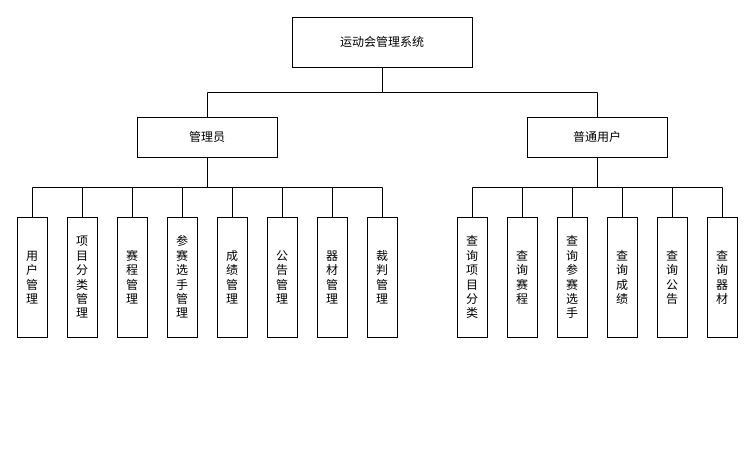
narciso0504/jiangshijia keeps this draw.io diagram as Untitled Diagram.drawio. Above is the earlier version. Source tidied: cells renumbered, new cells numbered last; positions are measured from the earlier drawing's top-left corner, leaving out a move shared by most shapes. Both pictures are drawn from the tidied source at 100%, with x=0, y=0 at pixel (17, 17).
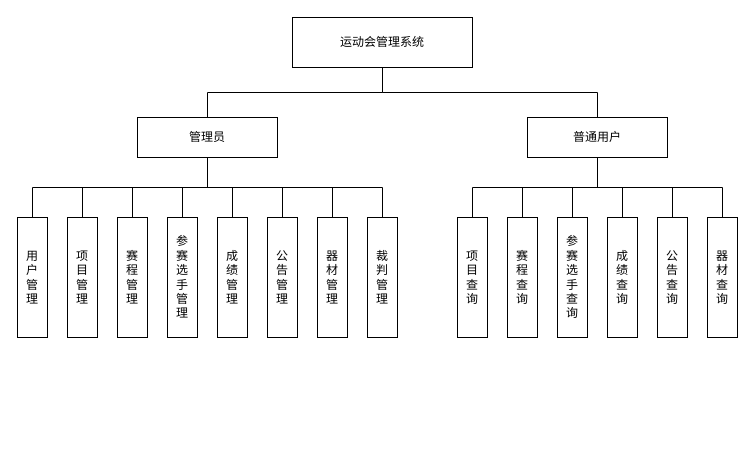
Above is the later version.

Diff of the diagram source:
```diff
@@
-    <mxCell id="22" value="&lt;div&gt;项&lt;/div&gt;&lt;div&gt;目&lt;/div&gt;&lt;div&gt;分&lt;/div&gt;&lt;div&gt;类&lt;/div&gt;&lt;div&gt;管&lt;/div&gt;&lt;div&gt;理&lt;/div&gt;" style="rounded=0;whiteSpace=wrap;html=1;shadow=0;glass=0;sketch=0;gradientColor=none;align=center;direction=south;" parent="1" vertex="1">
+    <mxCell id="22" value="&lt;div&gt;项&lt;/div&gt;&lt;div&gt;目&lt;/div&gt;&lt;div&gt;管&lt;/div&gt;&lt;div&gt;理&lt;/div&gt;" style="rounded=0;whiteSpace=wrap;html=1;shadow=0;glass=0;sketch=0;gradientColor=none;align=center;direction=south;" parent="1" vertex="1">
       <mxGeometry x="50" y="200" width="30" height="120" as="geometry" />
     </mxCell>
@@
-    <mxCell id="29" value="&lt;div&gt;查&lt;/div&gt;&lt;div&gt;询&lt;br&gt;&lt;/div&gt;&lt;div&gt;项&lt;/div&gt;&lt;div&gt;目&lt;/div&gt;&lt;div&gt;分&lt;/div&gt;&lt;div&gt;类&lt;br&gt;&lt;/div&gt;" style="whiteSpace=wrap;html=1;rounded=0;shadow=0;glass=0;sketch=0;gradientColor=none;align=center;direction=south;" parent="1" vertex="1">
+    <mxCell id="29" value="&lt;div&gt;项&lt;/div&gt;&lt;div&gt;目&lt;/div&gt;&lt;div&gt;查&lt;/div&gt;&lt;div&gt;询&lt;/div&gt;" style="whiteSpace=wrap;html=1;rounded=0;shadow=0;glass=0;sketch=0;gradientColor=none;align=center;direction=south;" parent="1" vertex="1">
       <mxGeometry x="440" y="200" width="30" height="120" as="geometry" />
     </mxCell>
-    <mxCell id="30" value="&lt;div&gt;查&lt;/div&gt;&lt;div&gt;询&lt;br&gt;&lt;/div&gt;&lt;div&gt;赛&lt;/div&gt;&lt;div&gt;程&lt;br&gt;&lt;/div&gt;" style="whiteSpace=wrap;html=1;rounded=0;shadow=0;glass=0;sketch=0;gradientColor=none;align=center;direction=south;" parent="1" vertex="1">
+    <mxCell id="30" value="&lt;div&gt;赛&lt;/div&gt;&lt;div&gt;程&lt;/div&gt;&lt;div&gt;查&lt;/div&gt;&lt;div&gt;询&lt;br&gt;&lt;/div&gt;" style="whiteSpace=wrap;html=1;rounded=0;shadow=0;glass=0;sketch=0;gradientColor=none;align=center;direction=south;" parent="1" vertex="1">
       <mxGeometry x="490" y="200" width="30" height="120" as="geometry" />
     </mxCell>
-    <mxCell id="31" value="&lt;div&gt;查&lt;/div&gt;&lt;div&gt;询&lt;/div&gt;&lt;div&gt;成&lt;/div&gt;&lt;div&gt;绩&lt;/div&gt;" style="whiteSpace=wrap;html=1;rounded=0;shadow=0;glass=0;sketch=0;gradientColor=none;align=center;direction=south;" parent="1" vertex="1">
+    <mxCell id="31" value="&lt;div&gt;成&lt;/div&gt;&lt;div&gt;绩&lt;/div&gt;&lt;div&gt;查&lt;/div&gt;&lt;div&gt;询&lt;/div&gt;" style="whiteSpace=wrap;html=1;rounded=0;shadow=0;glass=0;sketch=0;gradientColor=none;align=center;direction=south;" parent="1" vertex="1">
       <mxGeometry x="590" y="200" width="30" height="120" as="geometry" />
     </mxCell>
-    <mxCell id="32" value="&lt;div&gt;查&lt;/div&gt;&lt;div&gt;询&lt;br&gt;&lt;/div&gt;&lt;div&gt;参&lt;/div&gt;&lt;div&gt;赛&lt;/div&gt;&lt;div&gt;选&lt;/div&gt;&lt;div&gt;手&lt;br&gt;&lt;/div&gt;" style="whiteSpace=wrap;html=1;rounded=0;shadow=0;glass=0;sketch=0;gradientColor=none;align=center;direction=south;" parent="1" vertex="1">
+    <mxCell id="32" value="&lt;div&gt;参&lt;/div&gt;&lt;div&gt;赛&lt;/div&gt;&lt;div&gt;选&lt;/div&gt;&lt;div&gt;手&lt;/div&gt;&lt;div&gt;查&lt;/div&gt;&lt;div&gt;询&lt;/div&gt;" style="whiteSpace=wrap;html=1;rounded=0;shadow=0;glass=0;sketch=0;gradientColor=none;align=center;direction=south;" parent="1" vertex="1">
       <mxGeometry x="540" y="200" width="30" height="120" as="geometry" />
     </mxCell>
-    <mxCell id="33" value="&lt;div&gt;查&lt;/div&gt;&lt;div&gt;询&lt;/div&gt;&lt;div&gt;公&lt;/div&gt;&lt;div&gt;告&lt;/div&gt;" style="whiteSpace=wrap;html=1;rounded=0;shadow=0;glass=0;sketch=0;gradientColor=none;align=center;direction=south;" parent="1" vertex="1">
+    <mxCell id="33" value="&lt;div&gt;公&lt;/div&gt;&lt;div&gt;告&lt;/div&gt;&lt;div&gt;查&lt;/div&gt;&lt;div&gt;询&lt;/div&gt;" style="whiteSpace=wrap;html=1;rounded=0;shadow=0;glass=0;sketch=0;gradientColor=none;align=center;direction=south;" parent="1" vertex="1">
       <mxGeometry x="640" y="200" width="30" height="120" as="geometry" />
     </mxCell>
-    <mxCell id="34" value="&lt;div&gt;查&lt;/div&gt;&lt;div&gt;询&lt;/div&gt;&lt;div&gt;器&lt;/div&gt;&lt;div&gt;材&lt;br&gt;&lt;/div&gt;" style="whiteSpace=wrap;html=1;rounded=0;shadow=0;glass=0;sketch=0;gradientColor=none;align=center;direction=south;" parent="1" vertex="1">
+    <mxCell id="34" value="&lt;div&gt;器&lt;/div&gt;&lt;div&gt;材&lt;/div&gt;&lt;div&gt;查&lt;/div&gt;&lt;div&gt;询&lt;/div&gt;" style="whiteSpace=wrap;html=1;rounded=0;shadow=0;glass=0;sketch=0;gradientColor=none;align=center;direction=south;" parent="1" vertex="1">
       <mxGeometry x="690" y="200" width="30" height="120" as="geometry" />
     </mxCell>
```
